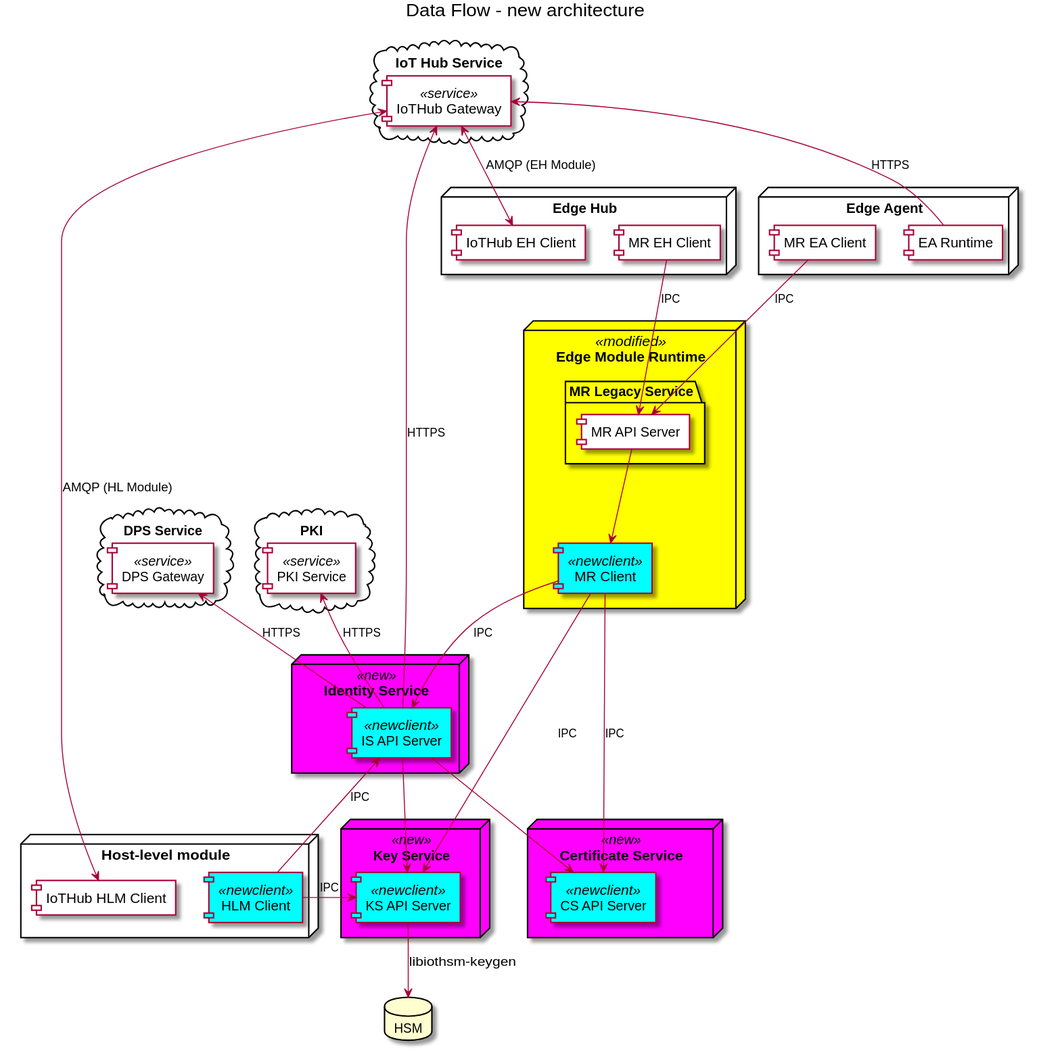
Before: docs/img/new-component-overview-simple.svg, a diagram exported from PlantUML (Azure/iot-identity-service). Source of this version:
```plantuml
@startuml
title Data Flow - new architecture

cloud "DPS Service" {
    [DPS Gateway] <<service>>
}

cloud "PKI" {
    [PKI Service] <<service>>
}

cloud "IoT Hub Service" {
    [IoTHub Gateway] <<service>>
}

node "Identity Service" <<new>> {
    [IS API Server] <<newclient>>
}

node "Key Service" <<new>> {
    [KS API Server] <<newclient>>
    [KS API Server] <<newclient>>
}

node "Certificate Service" <<new>> {
    [CS API Server] <<newclient>>
}

node "Edge Module Runtime" <<modified>> {
    folder "MR Legacy Service" {
        [MR API Server]
    }
    [MR Client] <<newclient>>
}
node "Edge Agent" {
    [EA Runtime]
    [MR EA Client]
}
node "Host-level module" {
    [HLM Client] <<newclient>>
    [IoTHub HLM Client]
}
node "Edge Hub" {
    [MR EH Client]
    [IoTHub EH Client]
}

database "HSM"

[MR Client] -down-> [IS API Server] : IPC
[MR Client] -down-> [CS API Server] : IPC
[MR Client] -down-> [KS API Server] : IPC
[HLM Client] -left-> [IS API Server] : IPC
[HLM Client] -left-> [KS API Server] : IPC
[MR EH Client] --> [MR API Server] : IPC
[MR EA Client] --> [MR API Server] : IPC

[MR API Server] --> [MR Client]
[IS API Server] -down-> [KS API Server]
[IS API Server] -down-> [CS API Server]
[KS API Server] -down-> HSM : libiothsm-keygen

[IS API Server] -up-> [IoTHub Gateway] : HTTPS
[IS API Server] -up-> [DPS Gateway] : HTTPS
[IS API Server] -up-> [PKI Service] : HTTPS

[IoTHub EH Client] <-up-> [IoTHub Gateway] : AMQP (EH Module)
[IoTHub HLM Client] <-up-> [IoTHub Gateway] : AMQP (HL Module)

[EA Runtime] -up-> [IoTHub Gateway] : HTTPS

skinparam node {
	backgroundColor<<new>> Magenta
	backgroundColor<<modified>> Yellow
}

skinparam component {
    backgroundColor White
    backgroundColor<<newclient>> Cyan
    backgroundColor<<modified>> Yellow
    backgroundColor<<service>> White
}

@enduml
```
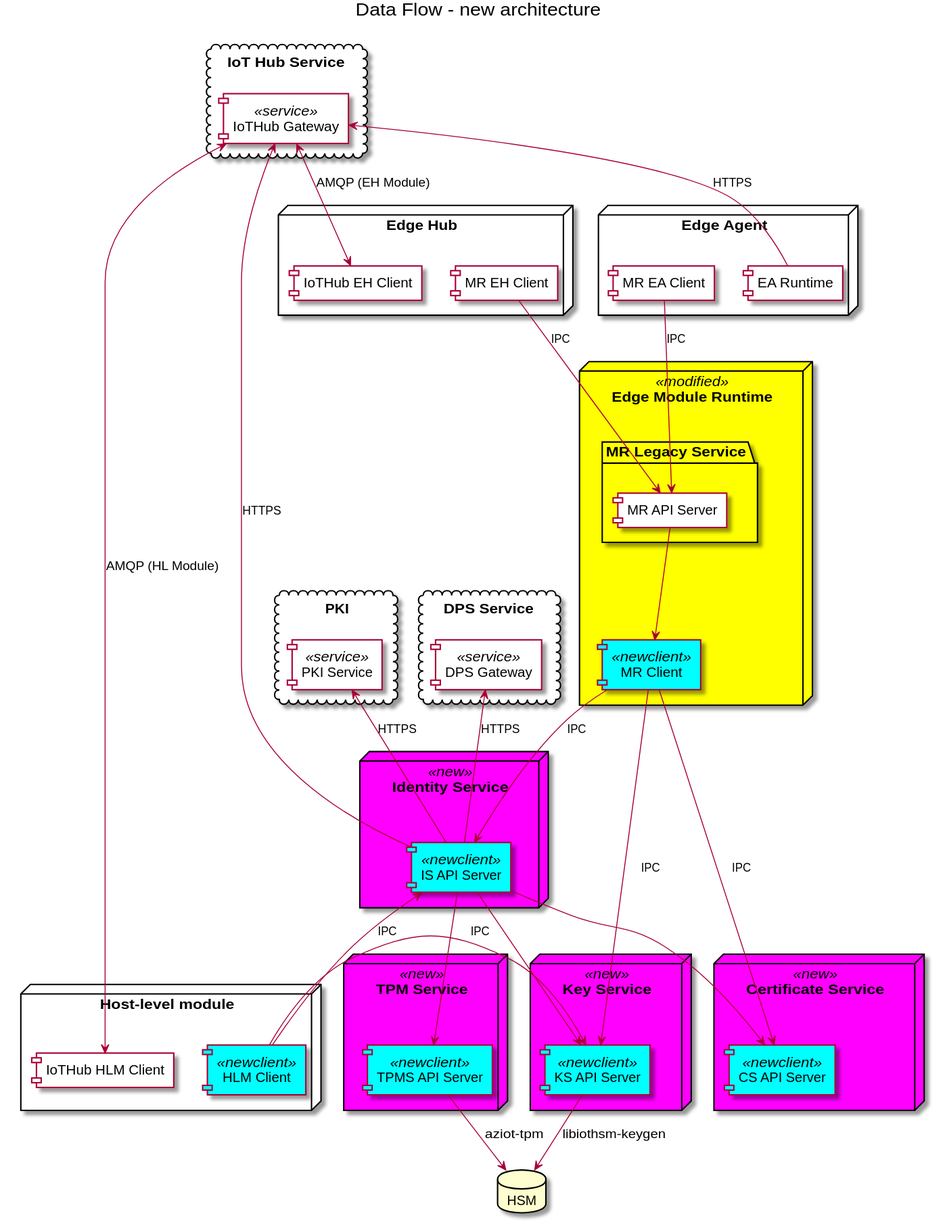
Later version of the same file.

Diff of the diagram source:
```diff
@@ -15,6 +15,10 @@
 
 node "Identity Service" <<new>> {
     [IS API Server] <<newclient>>
+}
+
+node "TPM Service" <<new>> {
+    [TPMS API Server] <<newclient>>
 }
 
 node "Key Service" <<new>> {
@@ -58,6 +62,8 @@
 [MR API Server] --> [MR Client]
 [IS API Server] -down-> [KS API Server]
 [IS API Server] -down-> [CS API Server]
+[IS API Server] -down-> [TPMS API Server]
+[TPMS API Server] -down-> HSM : aziot-tpm
 [KS API Server] -down-> HSM : libiothsm-keygen
 
 [IS API Server] -up-> [IoTHub Gateway] : HTTPS
@@ -70,8 +76,8 @@
 [EA Runtime] -up-> [IoTHub Gateway] : HTTPS
 
 skinparam node {
-	backgroundColor<<new>> Magenta
-	backgroundColor<<modified>> Yellow
+    backgroundColor<<new>> Magenta
+    backgroundColor<<modified>> Yellow
 }
 
 skinparam component {
```
